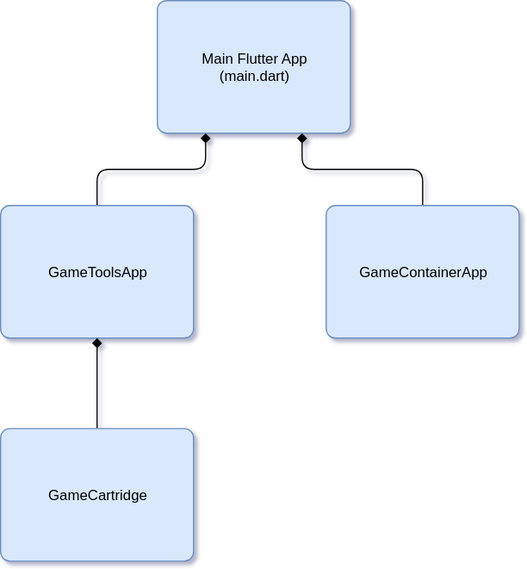
kevinvandenbreemen/kgress keeps this draw.io diagram as doc/KGRESS.svg. Above is the earlier version. Source tidied: cells renumbered, new cells last; positions are measured from the earlier drawing's top-left corner, leaving out a move shared by most shapes.
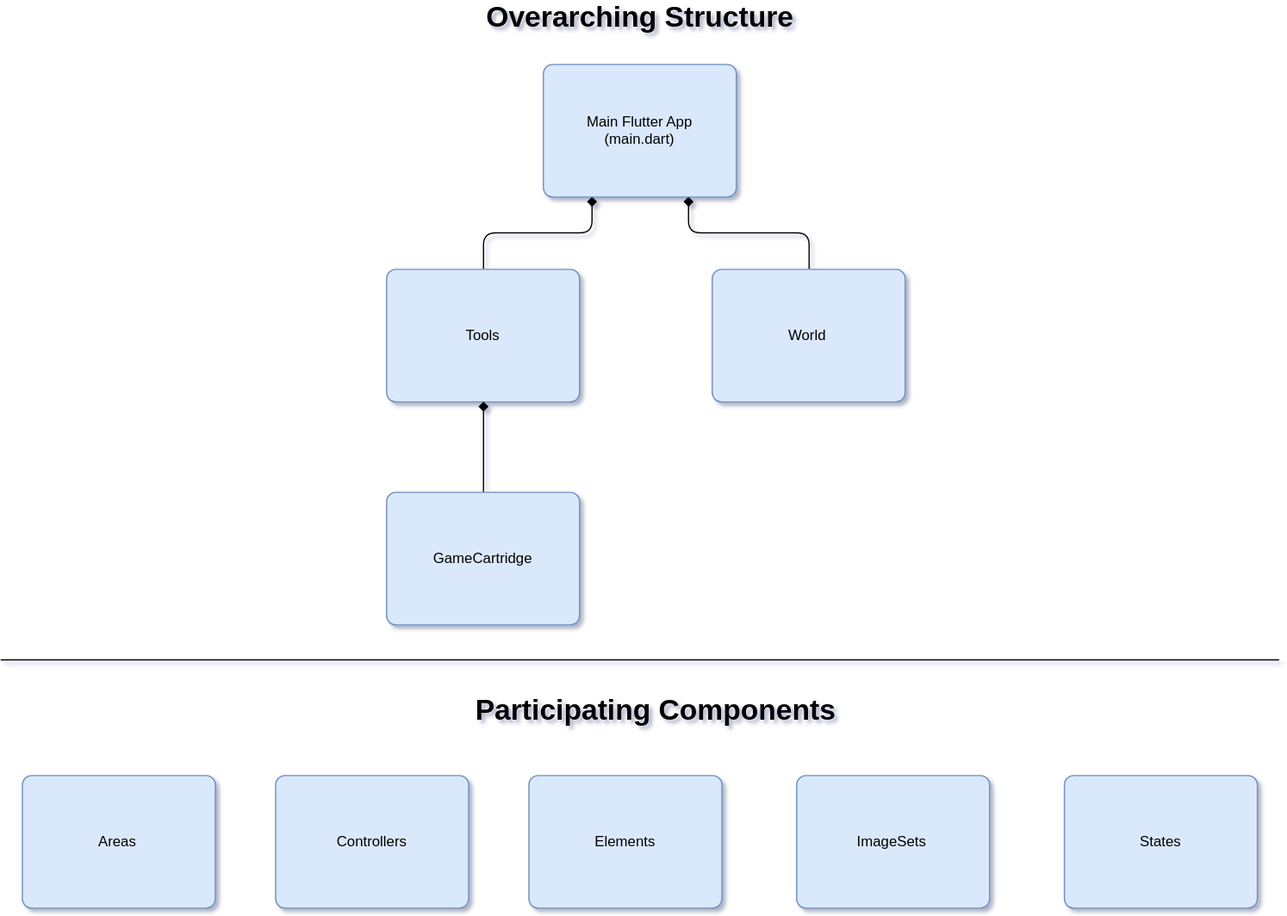
The same diagram one commit later.

Diff of the diagram source:
```diff
@@ -5,7 +5,7 @@
     <mxCell id="2" style="edgeStyle=orthogonalEdgeStyle;rounded=1;jettySize=auto;html=1;exitX=0.5;exitY=0;exitDx=0;exitDy=0;entryX=0.25;entryY=1;entryDx=0;entryDy=0;endArrow=diamond;endFill=1;" parent="1" edge="1" source="3" target="6">
       <mxGeometry relative="1" as="geometry" />
     </mxCell>
-    <object id="3" label="GameToolsApp&lt;br&gt;" c4Description="Beschreibung" c4Name="name" c4Technology="technology" c4Type="Component" placeholders="1">
+    <object id="3" label="Tools&lt;br&gt;" c4Description="Beschreibung" c4Name="name" c4Technology="technology" c4Type="Component" placeholders="1">
       <mxCell style="rounded=1;whiteSpace=wrap;html=1;labelBackgroundColor=none;fillColor=#dae8fc;fontColor=#000000;align=center;arcSize=7;strokeColor=#6c8ebf;" parent="1" vertex="1">
         <mxGeometry y="170" width="160" height="110" as="geometry" />
       </mxCell>
@@ -13,7 +13,7 @@
     <mxCell id="4" style="edgeStyle=orthogonalEdgeStyle;rounded=1;jettySize=auto;html=1;exitX=0.5;exitY=0;exitDx=0;exitDy=0;entryX=0.75;entryY=1;entryDx=0;entryDy=0;endArrow=diamond;endFill=1;" parent="1" edge="1" source="5" target="6">
       <mxGeometry relative="1" as="geometry" />
     </mxCell>
-    <object id="5" label="GameContainerApp&lt;br&gt;" c4Description="Beschreibung" c4Name="name" c4Technology="technology" c4Type="Component" placeholders="1">
+    <object id="5" label="World&lt;br&gt;" c4Description="Beschreibung" c4Name="name" c4Technology="technology" c4Type="Component" placeholders="1">
       <mxCell style="rounded=1;whiteSpace=wrap;html=1;labelBackgroundColor=none;fillColor=#dae8fc;fontColor=#000000;align=center;arcSize=7;strokeColor=#6c8ebf;" parent="1" vertex="1">
         <mxGeometry x="270" y="170" width="160" height="110" as="geometry" />
       </mxCell>
@@ -31,5 +31,39 @@
         <mxGeometry y="355" width="160" height="110" as="geometry" />
       </mxCell>
     </object>
+    <mxCell id="9" value="Overarching Structure" style="text;html=1;align=center;verticalAlign=middle;fillColor=none;strokeColor=none;rounded=0;fontSize=24;fontStyle=1;" parent="1" vertex="1">
+      <mxGeometry x="145" y="-50" width="130" height="20" as="geometry" />
+    </mxCell>
+    <mxCell id="10" style="line;strokeWidth=1;fillColor=none;align=left;verticalAlign=middle;spacingTop=-1;spacingLeft=3;spacingRight=3;labelPosition=right;fontSize=12;" parent="1" vertex="1">
+      <mxGeometry x="-320" y="490" width="1060" height="8" as="geometry" />
+    </mxCell>
+    <object id="11" label="Areas&lt;br&gt;" c4Description="Beschreibung" c4Name="name" c4Technology="technology" c4Type="Component" placeholders="1">
+      <mxCell style="rounded=1;whiteSpace=wrap;html=1;labelBackgroundColor=none;fillColor=#dae8fc;fontColor=#000000;align=center;arcSize=7;strokeColor=#6c8ebf;" parent="1" vertex="1">
+        <mxGeometry x="-302" y="590" width="160" height="110" as="geometry" />
+      </mxCell>
+    </object>
+    <object id="12" label="Controllers&lt;br&gt;" c4Description="Beschreibung" c4Name="name" c4Technology="technology" c4Type="Component" placeholders="1">
+      <mxCell style="rounded=1;whiteSpace=wrap;html=1;labelBackgroundColor=none;fillColor=#dae8fc;fontColor=#000000;align=center;arcSize=7;strokeColor=#6c8ebf;" parent="1" vertex="1">
+        <mxGeometry x="-92" y="590" width="160" height="110" as="geometry" />
+      </mxCell>
+    </object>
+    <object id="13" label="Elements&lt;br&gt;" c4Description="Beschreibung" c4Name="name" c4Technology="technology" c4Type="Component" placeholders="1">
+      <mxCell style="rounded=1;whiteSpace=wrap;html=1;labelBackgroundColor=none;fillColor=#dae8fc;fontColor=#000000;align=center;arcSize=7;strokeColor=#6c8ebf;" parent="1" vertex="1">
+        <mxGeometry x="118" y="590" width="160" height="110" as="geometry" />
+      </mxCell>
+    </object>
+    <object id="14" label="ImageSets&lt;br&gt;" c4Description="Beschreibung" c4Name="name" c4Technology="technology" c4Type="Component" placeholders="1">
+      <mxCell style="rounded=1;whiteSpace=wrap;html=1;labelBackgroundColor=none;fillColor=#dae8fc;fontColor=#000000;align=center;arcSize=7;strokeColor=#6c8ebf;" parent="1" vertex="1">
+        <mxGeometry x="340" y="590" width="160" height="110" as="geometry" />
+      </mxCell>
+    </object>
+    <object id="15" label="States&lt;br&gt;" c4Description="Beschreibung" c4Name="name" c4Technology="technology" c4Type="Component" placeholders="1">
+      <mxCell style="rounded=1;whiteSpace=wrap;html=1;labelBackgroundColor=none;fillColor=#dae8fc;fontColor=#000000;align=center;arcSize=7;strokeColor=#6c8ebf;" parent="1" vertex="1">
+        <mxGeometry x="562" y="590" width="160" height="110" as="geometry" />
+      </mxCell>
+    </object>
+    <mxCell id="16" value="Participating Components" style="text;html=1;align=center;verticalAlign=middle;fillColor=none;strokeColor=none;rounded=0;fontSize=24;fontStyle=1;" parent="1" vertex="1">
+      <mxGeometry x="78" y="520" width="290" height="30" as="geometry" />
+    </mxCell>
   </root>
 </mxGraphModel>
```
